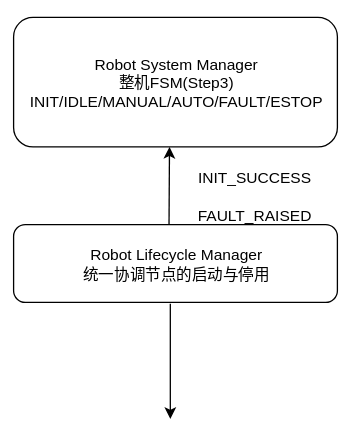
HashWaney/ROS_Document keeps this draw.io diagram as ROS2机器人基础框架/Untitled Diagram.svg. Above is the earlier version. Source tidied: cells renumbered, new cells last; positions are measured from the earlier drawing's top-left corner, leaving out a move shared by most shapes.
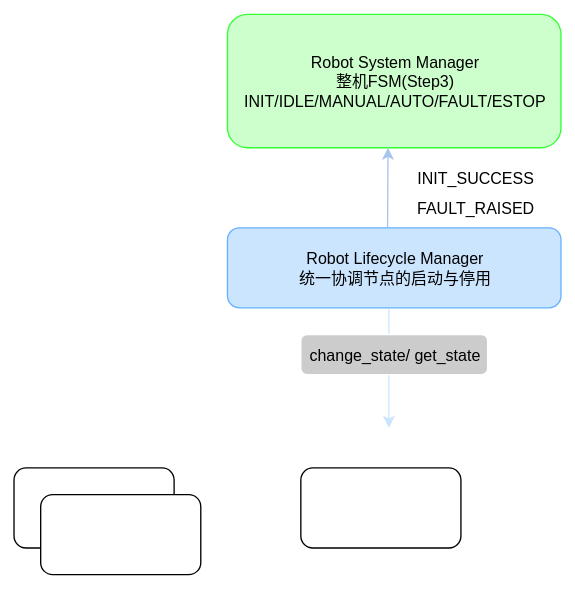
After the commit.

Commit message:
vault backup: 2026-11-25 14:33:23

The edit, as a diff of the source:
```diff
@@ -2,27 +2,39 @@
   <root>
     <mxCell id="0" />
     <mxCell id="1" parent="0" />
-    <mxCell id="2" value="Robot System Manager&lt;br&gt;整机FSM(Step3)&lt;br&gt;INIT/IDLE/MANUAL/AUTO/FAULT/ESTOP" style="rounded=1;whiteSpace=wrap;html=1;" parent="1" vertex="1">
+    <mxCell id="2" value="Robot System Manager&lt;br&gt;整机FSM(Step3)&lt;br&gt;INIT/IDLE/MANUAL/AUTO/FAULT/ESTOP" style="rounded=1;whiteSpace=wrap;html=1;fillColor=#CCFFCC;strokeColor=#33FF33;" parent="1" vertex="1">
       <mxGeometry width="250" height="100" as="geometry" />
     </mxCell>
-    <mxCell id="3" style="edgeStyle=none;html=1;entryX=0.522;entryY=1.011;entryDx=0;entryDy=0;entryPerimeter=0;exitX=0.48;exitY=0.011;exitDx=0;exitDy=0;exitPerimeter=0;" parent="1" edge="1" source="5">
+    <mxCell id="3" style="edgeStyle=none;html=1;entryX=0.522;entryY=1.011;entryDx=0;entryDy=0;entryPerimeter=0;exitX=0.48;exitY=0.011;exitDx=0;exitDy=0;exitPerimeter=0;strokeColor=#A9C4EB;" parent="1" edge="1" source="5">
       <mxGeometry relative="1" as="geometry">
         <mxPoint x="120.4" y="100" as="targetPoint" />
       </mxGeometry>
     </mxCell>
-    <mxCell id="4" style="edgeStyle=none;html=1;exitX=0.484;exitY=1.019;exitDx=0;exitDy=0;exitPerimeter=0;" parent="1" edge="1" source="5">
+    <mxCell id="4" style="edgeStyle=none;html=1;exitX=0.484;exitY=1.019;exitDx=0;exitDy=0;exitPerimeter=0;strokeColor=#CCE5FF;" parent="1" edge="1" source="5">
       <mxGeometry relative="1" as="geometry">
         <mxPoint x="121" y="310" as="targetPoint" />
       </mxGeometry>
     </mxCell>
-    <mxCell id="5" value="Robot Lifecycle Manager&lt;br&gt;统一协调节点的启动与停用" style="rounded=1;whiteSpace=wrap;html=1;" parent="1" vertex="1">
+    <mxCell id="5" value="Robot Lifecycle Manager&lt;br&gt;统一协调节点的启动与停用" style="rounded=1;whiteSpace=wrap;html=1;fillColor=#CCE5FF;strokeColor=#66B2FF;" parent="1" vertex="1">
       <mxGeometry y="160" width="250" height="60" as="geometry" />
     </mxCell>
     <mxCell id="6" value="INIT_SUCCESS" style="text;html=1;align=center;verticalAlign=middle;strokeColor=none;fillColor=none;" parent="1" vertex="1">
       <mxGeometry x="130" y="108" width="110" height="30" as="geometry" />
     </mxCell>
     <mxCell id="7" value="FAULT_RAISED" style="text;html=1;align=center;verticalAlign=middle;strokeColor=none;fillColor=none;" parent="1" vertex="1">
-      <mxGeometry x="130" y="138" width="110" height="30" as="geometry" />
+      <mxGeometry x="130" y="130" width="110" height="30" as="geometry" />
     </mxCell>
+    <mxCell id="8" value="change_state/ get_state" style="rounded=1;whiteSpace=wrap;html=1;fillColor=#CCCCCC;shadow=0;strokeColor=#FFFFFF;" parent="1" vertex="1">
+      <mxGeometry x="55" y="240" width="140" height="30" as="geometry" />
+    </mxCell>
+    <mxCell id="9" style="rounded=1;whiteSpace=wrap;html=1;" parent="1" vertex="1">
+      <mxGeometry x="-160" y="340" width="120" height="60" as="geometry" />
+    </mxCell>
+    <mxCell id="10" style="rounded=1;whiteSpace=wrap;html=1;" parent="1" vertex="1">
+      <mxGeometry x="55" y="340" width="120" height="60" as="geometry" />
+    </mxCell>
+    <mxCell id="11" style="rounded=1;whiteSpace=wrap;html=1;" parent="1" vertex="1">
+      <mxGeometry x="-140" y="360" width="120" height="60" as="geometry" />
+    </mxCell>
   </root>
 </mxGraphModel>
```
